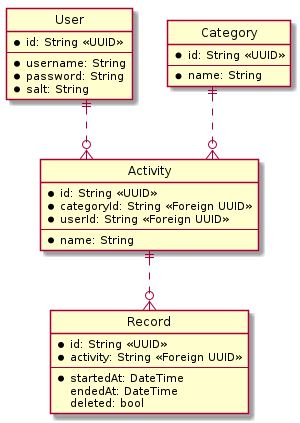
Earlier version of the PlantUML export diagrams/TimeTracker.png (Qas1modo/PV247-project-time-tracker).
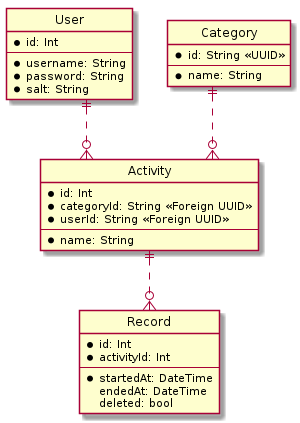
After the change.

Change to the diagram source:
```diff
@@ -3,7 +3,7 @@
 skinparam Linetype ortho
 
 entity User {
-    *id: String <<UUID>>
+    *id: Int
     ---
     *username: String
     *password: String
@@ -11,7 +11,7 @@
 }
 
 entity Activity {
-    *id: String <<UUID>>
+    *id: Int
     *categoryId: String <<Foreign UUID>>
     *userId: String <<Foreign UUID>>
     ---
@@ -19,8 +19,8 @@
 }
 
 entity Record {
-    *id: String <<UUID>>
-    *activity: String <<Foreign UUID>>
+    *id: Int
+    *activityId: Int
     ---
     *startedAt: DateTime
     endedAt: DateTime
```
